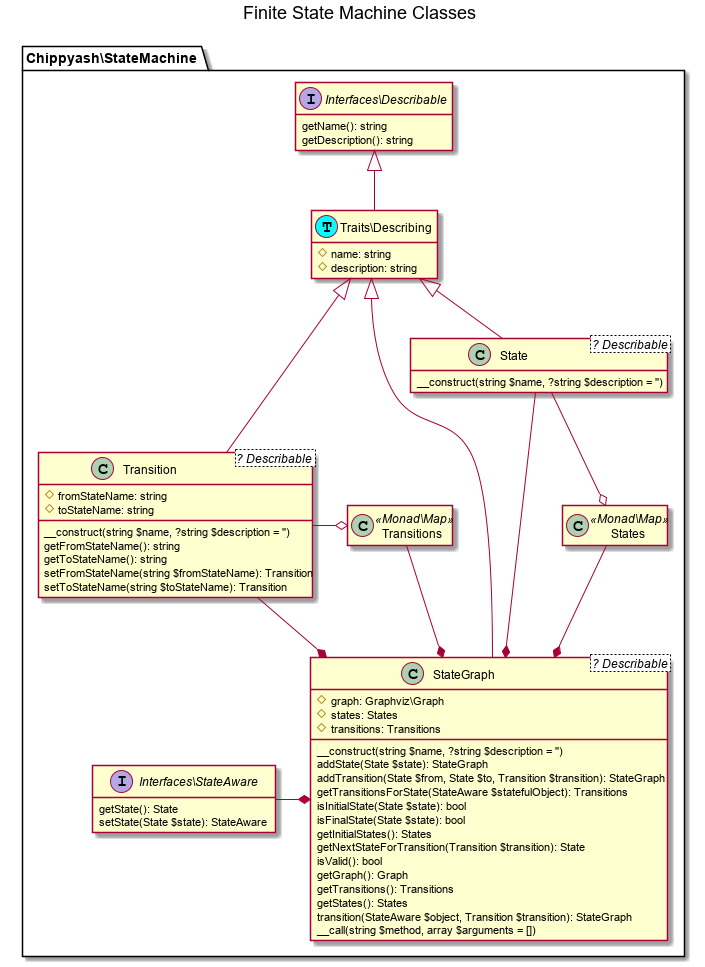
Before: pics/state-machine-classes.png, a diagram exported from PlantUML (the-matrix/finite-state-machine).
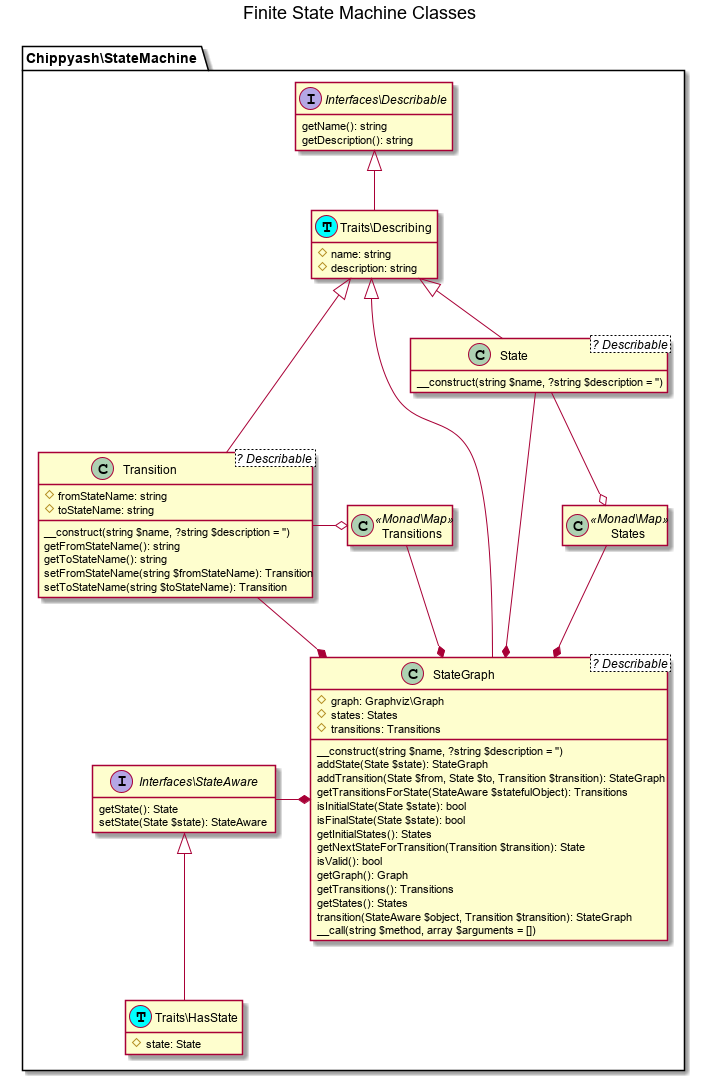
The same file after the commit.

Commit message:
add HasState to uml

Change to the diagram source:
```diff
@@ -11,6 +11,11 @@
         getState(): State
         setState(State $state): StateAware
     }
+
+	class "Traits\HasState" as HasState << (T, cyan) >> {
+		#state: State
+	}
+	StateAware <|-- HasState
 
     class "Traits\Describing" as Describing << (T, cyan)>>  {
         #name: string
```
